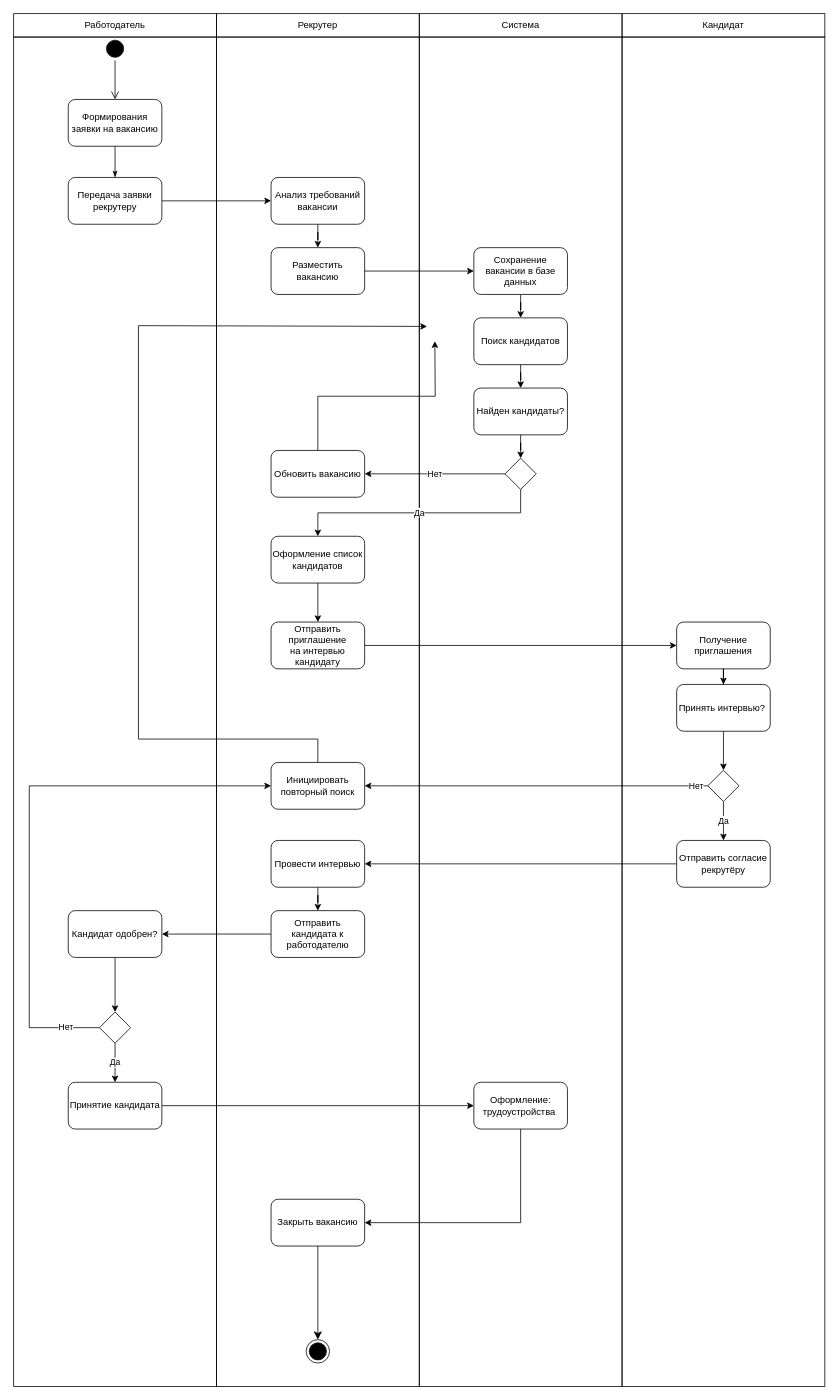
Above: Диаграмма_деятельности.drawio in Regdal-cyber/Coursework (draw.io), before the change. Source tidied: cells renumbered, new cells numbered last; positions are measured from the earlier drawing's top-left corner, leaving out a move shared by most shapes. Both pictures are drawn from the tidied source at 78%, with x=0, y=0 at pixel (13, 13).
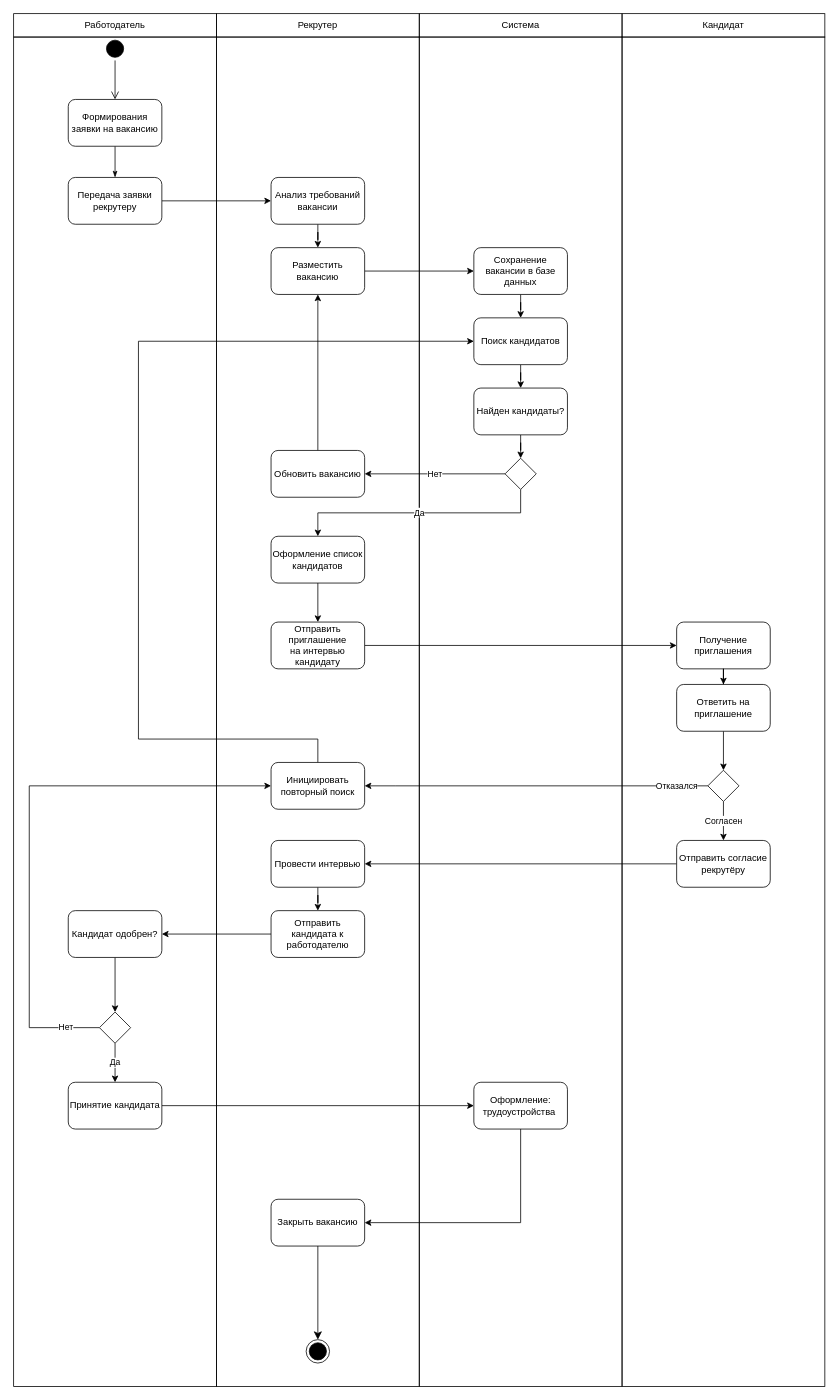
The same diagram, later.

Unchanged cells that the change refers to:
```xml
<mxCell id="19" value="Разместить вакансию" style="rounded=1;whiteSpace=wrap;html=1;" parent="1" vertex="1">
  <mxGeometry x="330" y="300" width="120" height="60" as="geometry" />
</mxCell>
<mxCell id="23" value="Поиск кандидатов" style="rounded=1;whiteSpace=wrap;html=1;" parent="1" vertex="1">
  <mxGeometry x="590" y="390" width="120" height="60" as="geometry" />
</mxCell>
<mxCell id="28" value="Обновить вакансию" style="rounded=1;whiteSpace=wrap;html=1;" parent="1" vertex="1">
  <mxGeometry x="330" y="560" width="120" height="60" as="geometry" />
</mxCell>
<mxCell id="35" style="rhombus;whiteSpace=wrap;html=1;" parent="1" vertex="1">
  <mxGeometry x="890" y="970" width="40" height="40" as="geometry" />
</mxCell>
<mxCell id="43" value="Отправить согласие рекрутёру" style="rounded=1;whiteSpace=wrap;html=1;" parent="1" vertex="1">
  <mxGeometry x="850" y="1060" width="120" height="60" as="geometry" />
</mxCell>
<mxCell id="62" value="Инициировать повторный поиск" style="rounded=1;whiteSpace=wrap;html=1;" parent="1" vertex="1">
  <mxGeometry x="330" y="960" width="120" height="60" as="geometry" />
</mxCell>
```

Change to the diagram source:
```diff
@@
-    <mxCell id="27" style="edgeStyle=orthogonalEdgeStyle;rounded=0;jettySize=auto;html=1;exitX=0.5;exitY=0;exitDx=0;exitDy=0;" parent="1" edge="1" source="28">
-      <mxGeometry relative="1" as="geometry">
-        <mxPoint x="540" y="420" as="targetPoint" />
-      </mxGeometry>
+    <mxCell id="27" style="edgeStyle=orthogonalEdgeStyle;rounded=0;jettySize=auto;html=1;exitX=0.5;exitY=0;exitDx=0;exitDy=0;entryX=0.5;entryY=1;entryDx=0;entryDy=0;" parent="1" edge="1" source="28" target="19">
+      <mxGeometry relative="1" as="geometry" />
     </mxCell>
@@
-    <mxCell id="33" value="Да" style="edgeStyle=orthogonalEdgeStyle;rounded=0;jettySize=auto;html=1;exitX=0.5;exitY=1;exitDx=0;exitDy=0;" parent="1" edge="1" source="35" target="43">
+    <mxCell id="33" value="Согласен" style="edgeStyle=orthogonalEdgeStyle;rounded=0;jettySize=auto;html=1;exitX=0.5;exitY=1;exitDx=0;exitDy=0;" parent="1" edge="1" source="35" target="43">
       <mxGeometry relative="1" as="geometry" />
     </mxCell>
-    <mxCell id="34" value="Нет" style="edgeStyle=orthogonalEdgeStyle;rounded=0;jettySize=auto;html=1;exitX=0;exitY=0.5;exitDx=0;exitDy=0;entryX=1;entryY=0.5;entryDx=0;entryDy=0;" parent="1" edge="1" source="35" target="62">
-      <mxGeometry x="-0.93" relative="1" as="geometry">
+    <mxCell id="34" value="Отказался" style="edgeStyle=orthogonalEdgeStyle;rounded=0;jettySize=auto;html=1;exitX=0;exitY=0.5;exitDx=0;exitDy=0;entryX=1;entryY=0.5;entryDx=0;entryDy=0;" parent="1" edge="1" source="35" target="62">
+      <mxGeometry x="-0.82" relative="1" as="geometry">
         <Array as="points">
           <mxPoint x="490" y="990" />
           <mxPoint x="490" y="990" />
         </Array>
       </mxGeometry>
     </mxCell>
@@
-    <mxCell id="40" value="Принять интервью?&amp;nbsp;" style="rounded=1;whiteSpace=wrap;html=1;" parent="1" vertex="1">
+    <mxCell id="40" value="Ответить на приглашение" style="rounded=1;whiteSpace=wrap;html=1;" parent="1" vertex="1">
       <mxGeometry x="850" y="860" width="120" height="60" as="geometry" />
     </mxCell>
@@
-    <mxCell id="61" style="edgeStyle=orthogonalEdgeStyle;rounded=0;jettySize=auto;html=1;exitX=0.5;exitY=0;exitDx=0;exitDy=0;" parent="1" edge="1" source="62">
+    <mxCell id="61" style="edgeStyle=orthogonalEdgeStyle;rounded=0;jettySize=auto;html=1;exitX=0.5;exitY=0;exitDx=0;exitDy=0;entryX=0;entryY=0.5;entryDx=0;entryDy=0;" parent="1" edge="1" source="62" target="23">
       <mxGeometry relative="1" as="geometry">
-        <mxPoint x="530" y="401" as="targetPoint" />
         <Array as="points">
-          <mxPoint x="365" y="930" />
+          <mxPoint x="390" y="930" />
           <mxPoint x="160" y="930" />
-          <mxPoint x="160" y="400" />
-          <mxPoint x="490" y="400" />
+          <mxPoint x="160" y="420" />
         </Array>
       </mxGeometry>
     </mxCell>
```
